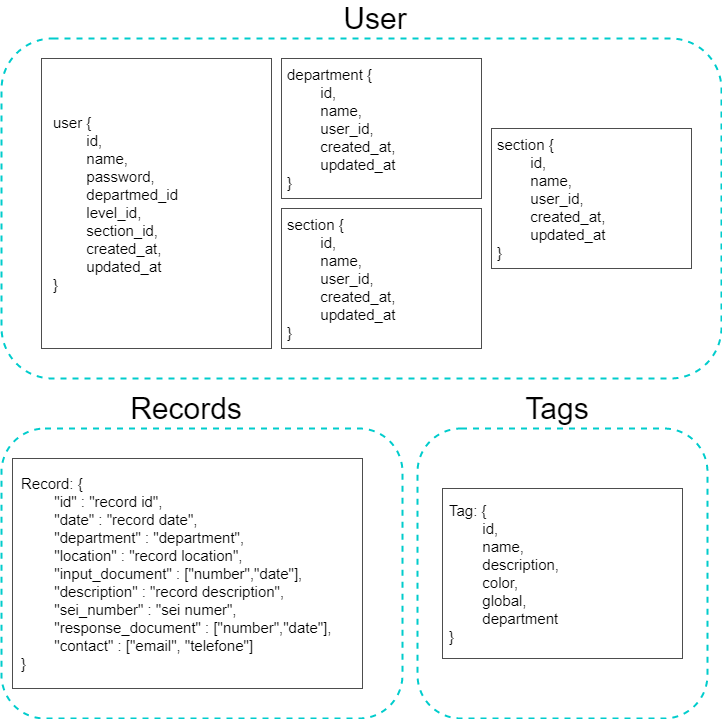
fga-eps-mds/2021.1-Oraculo keeps this draw.io diagram as docs/imgs/architecture/visao-logica.drawio.png. Above is the earlier version. Source tidied: cells renumbered, new cells last; positions are measured from the earlier drawing's top-left corner, leaving out a move shared by most shapes.
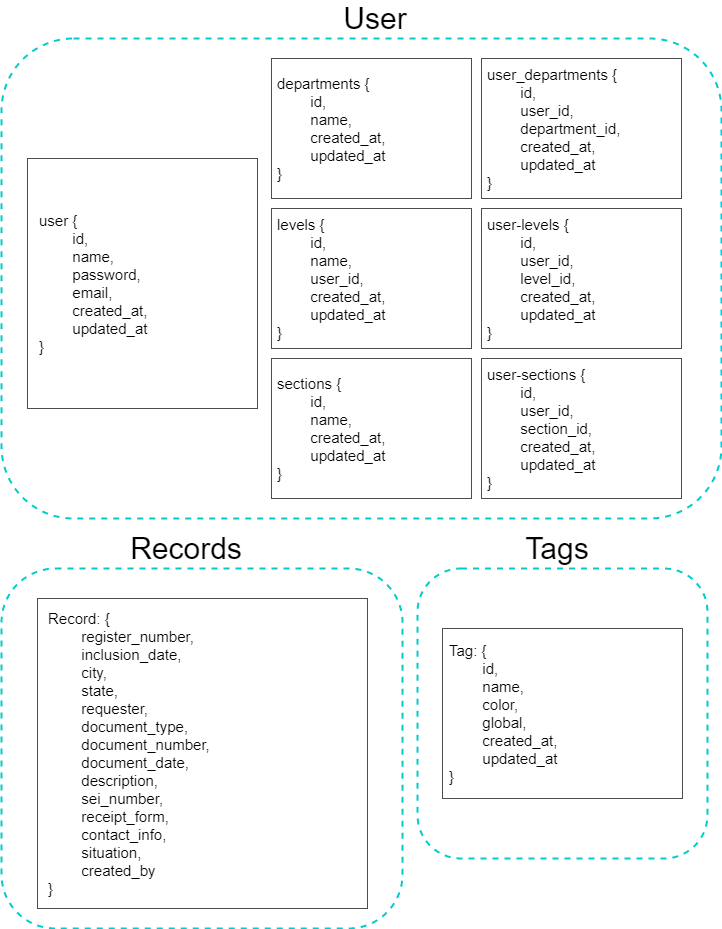
After the change.

Commit message:
#126 update logic diagram

The edit, as a diff of the source:
```diff
@@ -3,19 +3,19 @@
     <mxCell id="0" />
     <mxCell id="1" parent="0" />
     <mxCell id="2" style="rounded=1;whiteSpace=wrap;html=1;strokeColor=#00CCCC;dashed=1;strokeWidth=2;fillColor=none;" parent="1" vertex="1">
-      <mxGeometry y="30" width="720" height="340" as="geometry" />
+      <mxGeometry y="-110" width="720" height="480" as="geometry" />
     </mxCell>
     <mxCell id="3" value="User" style="text;html=1;strokeColor=none;fillColor=none;align=center;verticalAlign=middle;whiteSpace=wrap;rounded=0;dashed=1;fontSize=30;" parent="1" vertex="1">
-      <mxGeometry x="354" width="40" height="20" as="geometry" />
+      <mxGeometry x="354" y="-140" width="40" height="20" as="geometry" />
     </mxCell>
     <mxCell id="4" style="group;" parent="1" vertex="1">
-      <mxGeometry x="40" y="50" width="230" height="290" as="geometry" />
+      <mxGeometry x="26" y="10" width="230" height="250" as="geometry" />
     </mxCell>
     <mxCell id="5" style="rounded=0;whiteSpace=wrap;html=1;fontSize=30;strokeColor=#4D4D4D;strokeWidth=1;fillColor=none;align=center;labelPosition=center;verticalLabelPosition=middle;verticalAlign=middle;" parent="4" vertex="1">
-      <mxGeometry width="230" height="290" as="geometry" />
+      <mxGeometry width="230" height="250" as="geometry" />
     </mxCell>
-    <mxCell id="6" value="&lt;div style=&quot;font-size: 15px&quot;&gt;user {&lt;/div&gt;&lt;div style=&quot;font-size: 15px&quot;&gt;&amp;nbsp; &lt;span style=&quot;white-space: pre&quot;&gt;&#9;&lt;/span&gt;id,&lt;/div&gt;&lt;div style=&quot;font-size: 15px&quot;&gt;&amp;nbsp; &lt;span style=&quot;white-space: pre&quot;&gt;&#9;&lt;/span&gt;name,&lt;/div&gt;&lt;div style=&quot;font-size: 15px&quot;&gt;&lt;span style=&quot;white-space: pre&quot;&gt;&#9;&lt;/span&gt;password,&lt;/div&gt;&lt;div style=&quot;font-size: 15px&quot;&gt;&amp;nbsp; &lt;span style=&quot;white-space: pre&quot;&gt;&#9;&lt;/span&gt;departmed_id&lt;/div&gt;&lt;div style=&quot;font-size: 15px&quot;&gt;&amp;nbsp; &lt;span style=&quot;white-space: pre&quot;&gt;&#9;&lt;/span&gt;level_id,&lt;/div&gt;&lt;div style=&quot;font-size: 15px&quot;&gt;&amp;nbsp; &lt;span style=&quot;white-space: pre&quot;&gt;&#9;&lt;/span&gt;section_id,&lt;/div&gt;&lt;div style=&quot;font-size: 15px&quot;&gt;&amp;nbsp; &lt;span style=&quot;white-space: pre&quot;&gt;&#9;&lt;/span&gt;created_at,&lt;/div&gt;&lt;div style=&quot;font-size: 15px&quot;&gt;&amp;nbsp; &lt;span style=&quot;white-space: pre&quot;&gt;&#9;&lt;/span&gt;updated_at&lt;/div&gt;&lt;div style=&quot;font-size: 15px&quot;&gt;}&lt;/div&gt;" style="text;html=1;strokeColor=none;fillColor=none;align=left;verticalAlign=middle;whiteSpace=wrap;rounded=0;hachureGap=4;fontSize=15;" parent="4" vertex="1">
-      <mxGeometry x="9.6" y="19.8" width="210.8" height="250.5" as="geometry" />
+    <mxCell id="6" value="&lt;div style=&quot;font-size: 15px&quot;&gt;user {&lt;/div&gt;&lt;div style=&quot;font-size: 15px&quot;&gt;&amp;nbsp; &lt;span style=&quot;white-space: pre&quot;&gt;&#9;&lt;/span&gt;id,&lt;/div&gt;&lt;div style=&quot;font-size: 15px&quot;&gt;&amp;nbsp; &lt;span style=&quot;white-space: pre&quot;&gt;&#9;&lt;/span&gt;name,&lt;/div&gt;&lt;div style=&quot;font-size: 15px&quot;&gt;&lt;span style=&quot;white-space: pre&quot;&gt;&#9;&lt;/span&gt;password,&lt;/div&gt;&lt;div style=&quot;font-size: 15px&quot;&gt;&lt;span style=&quot;white-space: pre&quot;&gt;&#9;&lt;/span&gt;email,&lt;/div&gt;&lt;div style=&quot;font-size: 15px&quot;&gt;&lt;span style=&quot;white-space: pre&quot;&gt;&#9;&lt;/span&gt;created_at,&lt;br&gt;&lt;/div&gt;&lt;div style=&quot;font-size: 15px&quot;&gt;&lt;span style=&quot;white-space: pre&quot;&gt;&#9;&lt;/span&gt;updated_at&lt;br&gt;&lt;/div&gt;&lt;div style=&quot;font-size: 15px&quot;&gt;}&lt;/div&gt;" style="text;html=1;strokeColor=none;fillColor=none;align=left;verticalAlign=middle;whiteSpace=wrap;rounded=0;hachureGap=4;fontSize=15;" parent="4" vertex="1">
+      <mxGeometry x="9.6" y="17" width="210.8" height="215.9" as="geometry" />
     </mxCell>
     <mxCell id="7" style="rounded=1;whiteSpace=wrap;html=1;strokeColor=#00CCCC;dashed=1;strokeWidth=2;fillColor=none;" parent="1" vertex="1">
       <mxGeometry x="416" y="420" width="290" height="290" as="geometry" />
@@ -29,50 +29,77 @@
     <mxCell id="10" style="rounded=0;whiteSpace=wrap;html=1;fontSize=30;strokeColor=#4D4D4D;strokeWidth=1;fillColor=none;align=center;labelPosition=center;verticalLabelPosition=middle;verticalAlign=middle;" parent="9" vertex="1">
       <mxGeometry width="240" height="170" as="geometry" />
     </mxCell>
-    <mxCell id="11" value="Tag: {&lt;br&gt;&lt;span style=&quot;white-space: pre&quot;&gt;&#9;&lt;/span&gt;id,&lt;br&gt;&lt;span style=&quot;white-space: pre&quot;&gt;&#9;&lt;/span&gt;name,&lt;br&gt;&lt;span style=&quot;white-space: pre&quot;&gt;&#9;&lt;/span&gt;description,&lt;br&gt;&lt;span style=&quot;white-space: pre&quot;&gt;&#9;&lt;/span&gt;color,&lt;br&gt;&lt;span style=&quot;white-space: pre&quot;&gt;&#9;&lt;/span&gt;global,&lt;br&gt;&lt;span style=&quot;white-space: pre&quot;&gt;&#9;&lt;/span&gt;department&amp;nbsp;&lt;br style=&quot;font-size: 15px&quot;&gt;}" style="text;html=1;strokeColor=none;fillColor=none;align=left;verticalAlign=middle;rounded=0;fontSize=15;labelPosition=center;verticalLabelPosition=middle;" parent="9" vertex="1">
+    <mxCell id="11" value="Tag: {&lt;br&gt;&lt;span style=&quot;white-space: pre&quot;&gt;&#9;&lt;/span&gt;id,&lt;br&gt;&lt;span style=&quot;white-space: pre&quot;&gt;&#9;&lt;/span&gt;name,&lt;br&gt;&lt;span style=&quot;white-space: pre&quot;&gt;&#9;&lt;/span&gt;color,&lt;br&gt;&lt;span style=&quot;white-space: pre&quot;&gt;&#9;&lt;/span&gt;global,&lt;br&gt;&lt;span style=&quot;white-space: pre&quot;&gt;&#9;&lt;/span&gt;created_at,&lt;br&gt;&lt;span style=&quot;white-space: pre&quot;&gt;&#9;&lt;/span&gt;updated_at&amp;nbsp;&lt;br style=&quot;font-size: 15px&quot;&gt;}" style="text;html=1;strokeColor=none;fillColor=none;align=left;verticalAlign=middle;rounded=0;fontSize=15;labelPosition=center;verticalLabelPosition=middle;" parent="9" vertex="1">
       <mxGeometry x="5" y="5" width="230" height="160" as="geometry" />
     </mxCell>
     <mxCell id="12" style="rounded=1;whiteSpace=wrap;html=1;strokeColor=#00CCCC;dashed=1;strokeWidth=2;fillColor=none;" parent="1" vertex="1">
-      <mxGeometry y="420" width="401" height="290" as="geometry" />
+      <mxGeometry y="420" width="401" height="360" as="geometry" />
     </mxCell>
     <mxCell id="13" value="Records" style="text;html=1;strokeColor=none;fillColor=none;align=center;verticalAlign=middle;whiteSpace=wrap;rounded=0;dashed=1;fontSize=30;" parent="1" vertex="1">
       <mxGeometry x="165" y="390" width="40" height="20" as="geometry" />
     </mxCell>
     <mxCell id="14" style="group;" parent="1" vertex="1">
-      <mxGeometry x="11" y="450" width="350" height="230" as="geometry" />
+      <mxGeometry x="36" y="450" width="330" height="310" as="geometry" />
     </mxCell>
     <mxCell id="15" style="rounded=0;whiteSpace=wrap;html=1;fontSize=30;strokeColor=#4D4D4D;strokeWidth=1;fillColor=none;align=center;labelPosition=center;verticalLabelPosition=middle;verticalAlign=middle;" parent="14" vertex="1">
-      <mxGeometry width="350" height="230" as="geometry" />
+      <mxGeometry width="330" height="310" as="geometry" />
     </mxCell>
-    <mxCell id="16" value="Record: {&lt;br&gt;&lt;span&gt;&#9;&lt;/span&gt;&lt;span style=&quot;white-space: pre&quot;&gt;&#9;&lt;/span&gt;&quot;id&quot; : &quot;record id&quot;,&lt;br&gt;&lt;span&gt;&#9;&lt;/span&gt;&lt;span style=&quot;white-space: pre&quot;&gt;&#9;&lt;/span&gt;&quot;date&quot; : &quot;record date&quot;,&lt;br&gt;&lt;span&gt;&#9;&lt;/span&gt;&lt;span style=&quot;white-space: pre&quot;&gt;&#9;&lt;/span&gt;&quot;department&quot; : &quot;department&quot;,&lt;br&gt;&lt;span&gt;&#9;&lt;/span&gt;&lt;span style=&quot;white-space: pre&quot;&gt;&#9;&lt;/span&gt;&quot;location&quot; : &quot;record location&quot;,&lt;br&gt;&lt;span&gt;&#9;&lt;/span&gt;&lt;span style=&quot;white-space: pre&quot;&gt;&#9;&lt;/span&gt;&quot;input_document&quot; : [&quot;number&quot;,&quot;date&quot;],&lt;br&gt;&lt;span&gt;&#9;&lt;/span&gt;&lt;span style=&quot;white-space: pre&quot;&gt;&#9;&lt;/span&gt;&quot;description&quot; : &quot;record description&quot;,&lt;br&gt;&lt;span&gt;&#9;&lt;/span&gt;&lt;span style=&quot;white-space: pre&quot;&gt;&#9;&lt;/span&gt;&quot;sei_number&quot; : &quot;sei numer&quot;,&lt;br&gt;&lt;span&gt;&#9;&lt;/span&gt;&lt;span style=&quot;white-space: pre&quot;&gt;&#9;&lt;/span&gt;&quot;response_document&quot; : [&quot;number&quot;,&quot;date&quot;],&lt;br&gt;&lt;span&gt;&#9;&lt;/span&gt;&lt;span style=&quot;white-space: pre&quot;&gt;&#9;&lt;/span&gt;&quot;contact&quot; : [&quot;email&quot;, &quot;telefone&quot;]&amp;nbsp;&lt;br style=&quot;font-size: 15px&quot;&gt;}" style="text;html=1;strokeColor=none;fillColor=none;align=left;verticalAlign=middle;rounded=0;fontSize=15;labelPosition=center;verticalLabelPosition=middle;" parent="14" vertex="1">
-      <mxGeometry x="7.3" y="6.8" width="335.4" height="216.5" as="geometry" />
+    <mxCell id="16" value="Record: {&lt;br&gt;&lt;span&gt;&#9;&lt;/span&gt;&lt;span&gt;&#9;&lt;/span&gt;&lt;span style=&quot;white-space: pre&quot;&gt;&#9;&lt;/span&gt;register_number,&lt;br&gt;&lt;span&gt;&#9;&lt;/span&gt;&lt;span style=&quot;white-space: pre&quot;&gt;&#9;&lt;/span&gt;inclusion_date,&lt;br&gt;&lt;span&gt;&#9;&lt;/span&gt;&lt;span style=&quot;white-space: pre&quot;&gt;&#9;&lt;/span&gt;city,&lt;br&gt;&lt;span&gt;&#9;&lt;/span&gt;&lt;span style=&quot;white-space: pre&quot;&gt;&#9;&lt;/span&gt;state,&lt;br&gt;&lt;span&gt;&#9;&lt;/span&gt;&lt;span style=&quot;white-space: pre&quot;&gt;&#9;&lt;/span&gt;requester,&lt;br&gt;&lt;span&gt;&lt;/span&gt;&lt;span&gt;&lt;/span&gt;&lt;span style=&quot;white-space: pre&quot;&gt;&#9;&lt;/span&gt;document_type,&lt;br&gt;&lt;span style=&quot;white-space: pre&quot;&gt;&#9;&lt;/span&gt;document_number,&lt;br&gt;&lt;span style=&quot;white-space: pre&quot;&gt;&#9;&lt;/span&gt;document_date,&lt;br&gt;&lt;span style=&quot;white-space: pre&quot;&gt;&#9;&lt;/span&gt;description,&lt;br&gt;&lt;span style=&quot;white-space: pre&quot;&gt;&#9;&lt;/span&gt;sei_number,&lt;br&gt;&lt;span style=&quot;white-space: pre&quot;&gt;&#9;&lt;/span&gt;receipt_form,&lt;br&gt;&lt;span style=&quot;white-space: pre&quot;&gt;&#9;&lt;/span&gt;contact_info,&lt;br&gt;&lt;span style=&quot;white-space: pre&quot;&gt;&#9;&lt;/span&gt;situation,&lt;br&gt;&lt;span style=&quot;white-space: pre&quot;&gt;&#9;&lt;/span&gt;created_by&lt;br style=&quot;font-size: 15px&quot;&gt;}" style="text;html=1;strokeColor=none;fillColor=none;align=left;verticalAlign=middle;rounded=0;fontSize=15;labelPosition=center;verticalLabelPosition=middle;" parent="14" vertex="1">
+      <mxGeometry x="9.4" y="9.1" width="313.7" height="291.8" as="geometry" />
     </mxCell>
     <mxCell id="17" style="group;" parent="1" vertex="1">
-      <mxGeometry x="280" y="50" width="200" height="140" as="geometry" />
+      <mxGeometry x="270" y="60" width="200" height="140" as="geometry" />
     </mxCell>
     <mxCell id="18" style="rounded=0;whiteSpace=wrap;html=1;fontSize=30;strokeColor=#4D4D4D;strokeWidth=1;fillColor=none;align=center;labelPosition=center;verticalLabelPosition=middle;verticalAlign=middle;" parent="17" vertex="1">
       <mxGeometry width="200" height="140" as="geometry" />
     </mxCell>
-    <mxCell id="19" value="&lt;div&gt;department {&lt;/div&gt;&lt;div&gt;&amp;nbsp; &lt;span style=&quot;white-space: pre&quot;&gt;&#9;&lt;/span&gt;id,&lt;/div&gt;&lt;div&gt;&amp;nbsp; &lt;span style=&quot;white-space: pre&quot;&gt;&#9;&lt;/span&gt;name,&lt;/div&gt;&lt;div&gt;&amp;nbsp; &lt;span style=&quot;white-space: pre&quot;&gt;&#9;&lt;/span&gt;user_id,&lt;/div&gt;&lt;div&gt;&amp;nbsp; &lt;span style=&quot;white-space: pre&quot;&gt;&#9;&lt;/span&gt;created_at,&lt;/div&gt;&lt;div&gt;&amp;nbsp; &lt;span style=&quot;white-space: pre&quot;&gt;&#9;&lt;/span&gt;updated_at&lt;/div&gt;&lt;div&gt;}&lt;/div&gt;" style="text;html=1;strokeColor=none;fillColor=none;align=left;verticalAlign=middle;rounded=0;fontSize=15;labelPosition=center;verticalLabelPosition=middle;" parent="17" vertex="1">
+    <mxCell id="19" value="&lt;div&gt;levels {&lt;/div&gt;&lt;div&gt;&amp;nbsp; &lt;span style=&quot;white-space: pre&quot;&gt;&#9;&lt;/span&gt;id,&lt;/div&gt;&lt;div&gt;&amp;nbsp; &lt;span style=&quot;white-space: pre&quot;&gt;&#9;&lt;/span&gt;name,&lt;/div&gt;&lt;div&gt;&amp;nbsp; &lt;span style=&quot;white-space: pre&quot;&gt;&#9;&lt;/span&gt;user_id,&lt;/div&gt;&lt;div&gt;&amp;nbsp; &lt;span style=&quot;white-space: pre&quot;&gt;&#9;&lt;/span&gt;created_at,&lt;/div&gt;&lt;div&gt;&amp;nbsp; &lt;span style=&quot;white-space: pre&quot;&gt;&#9;&lt;/span&gt;updated_at&lt;/div&gt;&lt;div&gt;}&lt;/div&gt;" style="text;html=1;strokeColor=none;fillColor=none;align=left;verticalAlign=middle;rounded=0;fontSize=15;labelPosition=center;verticalLabelPosition=middle;" parent="17" vertex="1">
       <mxGeometry x="4.2" y="4.1" width="191.7" height="131.8" as="geometry" />
     </mxCell>
+    <mxCell id="26" style="group;" parent="17" vertex="1">
+      <mxGeometry y="-150" width="200" height="140" as="geometry" />
+    </mxCell>
+    <mxCell id="27" style="rounded=0;whiteSpace=wrap;html=1;fontSize=30;strokeColor=#4D4D4D;strokeWidth=1;fillColor=none;align=center;labelPosition=center;verticalLabelPosition=middle;verticalAlign=middle;" parent="26" vertex="1">
+      <mxGeometry width="200" height="140" as="geometry" />
+    </mxCell>
+    <mxCell id="28" value="&lt;div&gt;departments {&lt;/div&gt;&lt;div&gt;&amp;nbsp; &lt;span style=&quot;white-space: pre&quot;&gt;&#9;&lt;/span&gt;id,&lt;/div&gt;&lt;div&gt;&amp;nbsp; &lt;span style=&quot;white-space: pre&quot;&gt;&#9;&lt;/span&gt;name,&lt;/div&gt;&lt;div&gt;&amp;nbsp; &lt;span style=&quot;white-space: pre&quot;&gt;&#9;&lt;/span&gt;created_at,&lt;/div&gt;&lt;div&gt;&amp;nbsp; &lt;span style=&quot;white-space: pre&quot;&gt;&#9;&lt;/span&gt;updated_at&lt;/div&gt;&lt;div&gt;}&lt;/div&gt;" style="text;html=1;strokeColor=none;fillColor=none;align=left;verticalAlign=middle;rounded=0;fontSize=15;labelPosition=center;verticalLabelPosition=middle;" parent="26" vertex="1">
+      <mxGeometry x="4.2" y="4.1" width="191.7" height="131.8" as="geometry" />
+    </mxCell>
     <mxCell id="20" style="group;" parent="1" vertex="1">
-      <mxGeometry x="280" y="200" width="200" height="140" as="geometry" />
+      <mxGeometry x="270" y="210" width="200" height="140" as="geometry" />
     </mxCell>
     <mxCell id="21" style="rounded=0;whiteSpace=wrap;html=1;fontSize=30;strokeColor=#4D4D4D;strokeWidth=1;fillColor=none;align=center;labelPosition=center;verticalLabelPosition=middle;verticalAlign=middle;" parent="20" vertex="1">
       <mxGeometry width="200" height="140" as="geometry" />
     </mxCell>
-    <mxCell id="22" value="&lt;div&gt;section {&lt;/div&gt;&lt;div&gt;&amp;nbsp; &lt;span style=&quot;white-space: pre&quot;&gt;&#9;&lt;/span&gt;id,&lt;/div&gt;&lt;div&gt;&amp;nbsp; &lt;span style=&quot;white-space: pre&quot;&gt;&#9;&lt;/span&gt;name,&lt;/div&gt;&lt;div&gt;&amp;nbsp; &lt;span style=&quot;white-space: pre&quot;&gt;&#9;&lt;/span&gt;user_id,&lt;/div&gt;&lt;div&gt;&amp;nbsp; &lt;span style=&quot;white-space: pre&quot;&gt;&#9;&lt;/span&gt;created_at,&lt;/div&gt;&lt;div&gt;&amp;nbsp; &lt;span style=&quot;white-space: pre&quot;&gt;&#9;&lt;/span&gt;updated_at&lt;/div&gt;&lt;div&gt;}&lt;/div&gt;" style="text;html=1;strokeColor=none;fillColor=none;align=left;verticalAlign=middle;rounded=0;fontSize=15;labelPosition=center;verticalLabelPosition=middle;" parent="20" vertex="1">
+    <mxCell id="22" value="&lt;div&gt;sections {&lt;/div&gt;&lt;div&gt;&amp;nbsp; &lt;span style=&quot;white-space: pre&quot;&gt;&#9;&lt;/span&gt;id,&lt;/div&gt;&lt;div&gt;&amp;nbsp; &lt;span style=&quot;white-space: pre&quot;&gt;&#9;&lt;/span&gt;name,&lt;/div&gt;&lt;div&gt;&amp;nbsp; &lt;span style=&quot;white-space: pre&quot;&gt;&#9;&lt;/span&gt;created_at,&lt;/div&gt;&lt;div&gt;&amp;nbsp; &lt;span style=&quot;white-space: pre&quot;&gt;&#9;&lt;/span&gt;updated_at&lt;/div&gt;&lt;div&gt;}&lt;/div&gt;" style="text;html=1;strokeColor=none;fillColor=none;align=left;verticalAlign=middle;rounded=0;fontSize=15;labelPosition=center;verticalLabelPosition=middle;" parent="20" vertex="1">
       <mxGeometry x="4.2" y="4.1" width="191.7" height="131.8" as="geometry" />
     </mxCell>
     <mxCell id="23" style="group;" parent="1" vertex="1">
-      <mxGeometry x="490" y="120" width="200" height="140" as="geometry" />
+      <mxGeometry x="480" y="-90" width="200" height="140" as="geometry" />
     </mxCell>
     <mxCell id="24" style="rounded=0;whiteSpace=wrap;html=1;fontSize=30;strokeColor=#4D4D4D;strokeWidth=1;fillColor=none;align=center;labelPosition=center;verticalLabelPosition=middle;verticalAlign=middle;" parent="23" vertex="1">
       <mxGeometry width="200" height="140" as="geometry" />
     </mxCell>
-    <mxCell id="25" value="&lt;div&gt;section {&lt;/div&gt;&lt;div&gt;&amp;nbsp; &lt;span style=&quot;white-space: pre&quot;&gt;&#9;&lt;/span&gt;id,&lt;/div&gt;&lt;div&gt;&amp;nbsp; &lt;span style=&quot;white-space: pre&quot;&gt;&#9;&lt;/span&gt;name,&lt;/div&gt;&lt;div&gt;&amp;nbsp; &lt;span style=&quot;white-space: pre&quot;&gt;&#9;&lt;/span&gt;user_id,&lt;/div&gt;&lt;div&gt;&amp;nbsp; &lt;span style=&quot;white-space: pre&quot;&gt;&#9;&lt;/span&gt;created_at,&lt;/div&gt;&lt;div&gt;&amp;nbsp; &lt;span style=&quot;white-space: pre&quot;&gt;&#9;&lt;/span&gt;updated_at&lt;/div&gt;&lt;div&gt;}&lt;/div&gt;" style="text;html=1;strokeColor=none;fillColor=none;align=left;verticalAlign=middle;rounded=0;fontSize=15;labelPosition=center;verticalLabelPosition=middle;" parent="23" vertex="1">
+    <mxCell id="25" value="&lt;div&gt;user_departments {&lt;/div&gt;&lt;div&gt;&amp;nbsp; &lt;span style=&quot;white-space: pre&quot;&gt;&#9;&lt;/span&gt;id,&lt;/div&gt;&lt;div&gt;&amp;nbsp; &lt;span style=&quot;white-space: pre&quot;&gt;&#9;&lt;/span&gt;user_id,&lt;/div&gt;&lt;div&gt;&lt;span style=&quot;white-space: pre&quot;&gt;&#9;&lt;/span&gt;department_id,&lt;br&gt;&lt;/div&gt;&lt;div&gt;&amp;nbsp; &lt;span style=&quot;white-space: pre&quot;&gt;&#9;&lt;/span&gt;created_at,&lt;/div&gt;&lt;div&gt;&amp;nbsp; &lt;span style=&quot;white-space: pre&quot;&gt;&#9;&lt;/span&gt;updated_at&lt;/div&gt;&lt;div&gt;}&lt;/div&gt;" style="text;html=1;strokeColor=none;fillColor=none;align=left;verticalAlign=middle;rounded=0;fontSize=15;labelPosition=center;verticalLabelPosition=middle;" parent="23" vertex="1">
       <mxGeometry x="4.2" y="4.1" width="191.7" height="131.8" as="geometry" />
     </mxCell>
+    <mxCell id="29" style="group;" parent="1" vertex="1">
+      <mxGeometry x="480" y="210" width="200" height="140" as="geometry" />
+    </mxCell>
+    <mxCell id="30" style="rounded=0;whiteSpace=wrap;html=1;fontSize=30;strokeColor=#4D4D4D;strokeWidth=1;fillColor=none;align=center;labelPosition=center;verticalLabelPosition=middle;verticalAlign=middle;" parent="29" vertex="1">
+      <mxGeometry width="200" height="140" as="geometry" />
+    </mxCell>
+    <mxCell id="31" value="&lt;div&gt;user-sections {&lt;/div&gt;&lt;div&gt;&amp;nbsp; &lt;span style=&quot;white-space: pre&quot;&gt;&#9;&lt;/span&gt;id,&lt;/div&gt;&lt;div&gt;&amp;nbsp; &lt;span style=&quot;white-space: pre&quot;&gt;&#9;&lt;/span&gt;user_id,&lt;/div&gt;&lt;div&gt;&amp;nbsp; &lt;span style=&quot;white-space: pre&quot;&gt;&#9;&lt;/span&gt;section_id,&lt;/div&gt;&lt;div&gt;&lt;span style=&quot;white-space: pre&quot;&gt;&#9;&lt;/span&gt;created_at,&lt;br&gt;&lt;/div&gt;&lt;div&gt;&amp;nbsp; &lt;span style=&quot;white-space: pre&quot;&gt;&#9;&lt;/span&gt;updated_at&lt;/div&gt;&lt;div&gt;}&lt;/div&gt;" style="text;html=1;strokeColor=none;fillColor=none;align=left;verticalAlign=middle;rounded=0;fontSize=15;labelPosition=center;verticalLabelPosition=middle;" parent="29" vertex="1">
+      <mxGeometry x="4.2" y="4.1" width="191.7" height="131.8" as="geometry" />
+    </mxCell>
+    <mxCell id="32" style="group;" parent="1" vertex="1">
+      <mxGeometry x="480" y="60" width="200" height="140" as="geometry" />
+    </mxCell>
+    <mxCell id="33" style="rounded=0;whiteSpace=wrap;html=1;fontSize=30;strokeColor=#4D4D4D;strokeWidth=1;fillColor=none;align=center;labelPosition=center;verticalLabelPosition=middle;verticalAlign=middle;" parent="32" vertex="1">
+      <mxGeometry width="200" height="140" as="geometry" />
+    </mxCell>
+    <mxCell id="34" value="&lt;div&gt;user-levels {&lt;/div&gt;&lt;div&gt;&amp;nbsp; &lt;span style=&quot;white-space: pre&quot;&gt;&#9;&lt;/span&gt;id,&lt;/div&gt;&lt;div&gt;&amp;nbsp; &lt;span style=&quot;white-space: pre&quot;&gt;&#9;&lt;/span&gt;user_id,&lt;/div&gt;&lt;div&gt;&amp;nbsp; &lt;span style=&quot;white-space: pre&quot;&gt;&#9;&lt;/span&gt;level_id,&lt;/div&gt;&lt;div&gt;&amp;nbsp; &lt;span style=&quot;white-space: pre&quot;&gt;&#9;&lt;/span&gt;created_at,&lt;/div&gt;&lt;div&gt;&amp;nbsp; &lt;span style=&quot;white-space: pre&quot;&gt;&#9;&lt;/span&gt;updated_at&lt;/div&gt;&lt;div&gt;}&lt;/div&gt;" style="text;html=1;strokeColor=none;fillColor=none;align=left;verticalAlign=middle;rounded=0;fontSize=15;labelPosition=center;verticalLabelPosition=middle;" parent="32" vertex="1">
+      <mxGeometry x="4.2" y="4.1" width="191.7" height="131.8" as="geometry" />
+    </mxCell>
   </root>
 </mxGraphModel>
```
